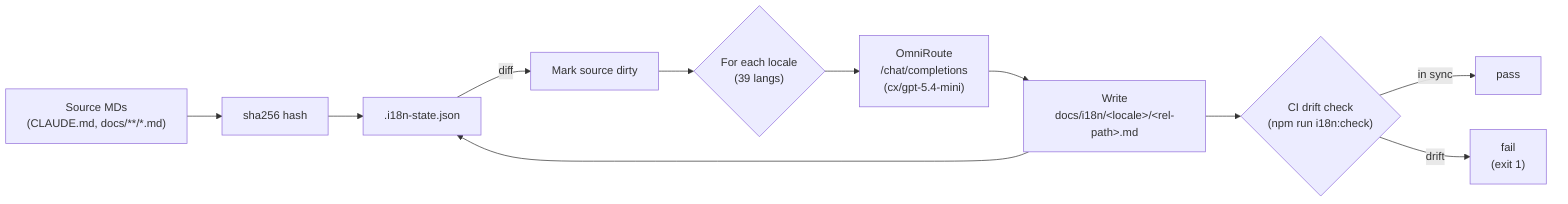
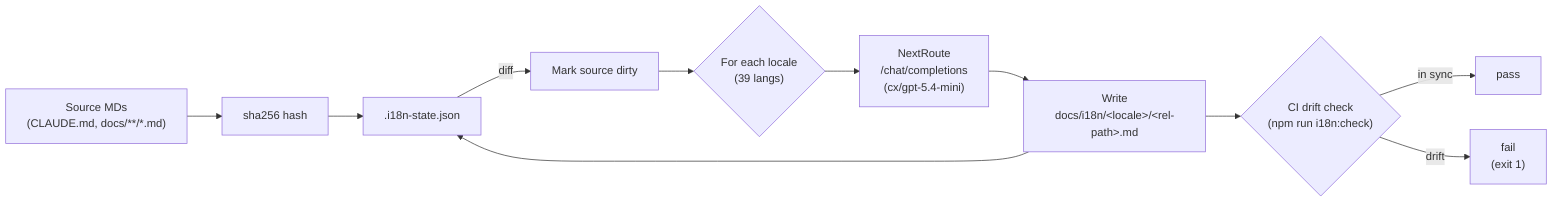
%% Incremental hash-based i18n pipeline
%% Reflects: scripts/i18n/* and docs/i18n/<locale>/*.md mirror layout
%% v3.8.0
flowchart LR
  Src["Source MDs<br/>(CLAUDE.md, docs/**/*.md)"] --> Hash["sha256 hash"]
  Hash --> State[".i18n-state.json"]
  State -->|diff| Dirty["Mark source dirty"]
  Dirty --> Loop{"For each locale<br/>(39 langs)"}
-   Loop --> LLM["OmniRoute<br/>/chat/completions<br/>(cx/gpt-5.4-mini)"]
+   Loop --> LLM["NextRoute<br/>/chat/completions<br/>(cx/gpt-5.4-mini)"]
  LLM --> Target["Write<br/>docs/i18n/&lt;locale&gt;/&lt;rel-path&gt;.md"]
  Target --> State
  Target --> CI{"CI drift check<br/>(npm run i18n:check)"}
  CI -->|in sync| Pass["pass"]
  CI -->|drift| Fail["fail<br/>(exit 1)"]
